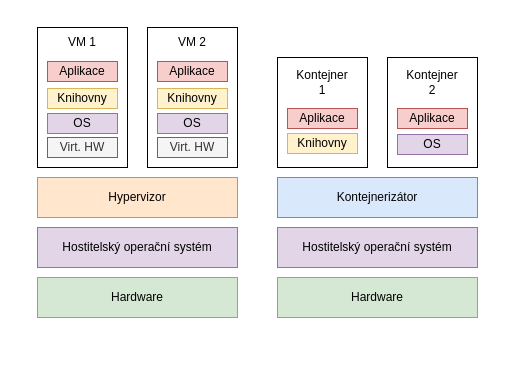
Earlier version of the draw.io diagram assets/img/src/containerization.drawio (wheeeper/master-thesis). Source tidied: cells renumbered, new cells numbered last; positions are measured from the earlier drawing's top-left corner, leaving out a move shared by most shapes. Both pictures are drawn from the tidied source at 100%, with x=0, y=0 at pixel (37, 27).
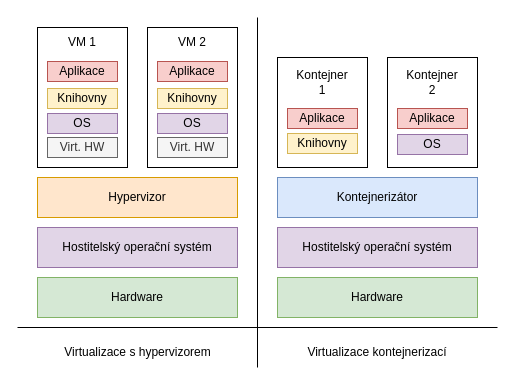
Above is the later version.

Change to the diagram source:
```diff
@@
+    <mxCell id="28" value="Virtualizace s hypervizorem" style="text;html=1;strokeColor=none;fillColor=none;align=center;verticalAlign=middle;whiteSpace=wrap;rounded=0;" parent="1" vertex="1">
+      <mxGeometry x="23.8" y="310" width="152.5" height="30" as="geometry" />
+    </mxCell>
+    <mxCell id="29" value="Virtualizace kontejnerizací" style="text;html=1;strokeColor=none;fillColor=none;align=center;verticalAlign=middle;whiteSpace=wrap;rounded=0;" parent="1" vertex="1">
+      <mxGeometry x="265" y="310" width="150" height="30" as="geometry" />
+    </mxCell>
+    <mxCell id="30" style="endArrow=none;html=1;rounded=0;" parent="1" edge="1">
+      <mxGeometry relative="1" as="geometry">
+        <mxPoint x="-20" y="300" as="sourcePoint" />
+        <mxPoint x="460" y="300" as="targetPoint" />
+      </mxGeometry>
+    </mxCell>
+    <mxCell id="31" style="endArrow=none;html=1;rounded=0;" parent="1" edge="1">
+      <mxGeometry relative="1" as="geometry">
+        <mxPoint x="220" y="340" as="sourcePoint" />
+        <mxPoint x="220" y="-10" as="targetPoint" />
+      </mxGeometry>
+    </mxCell>
```
